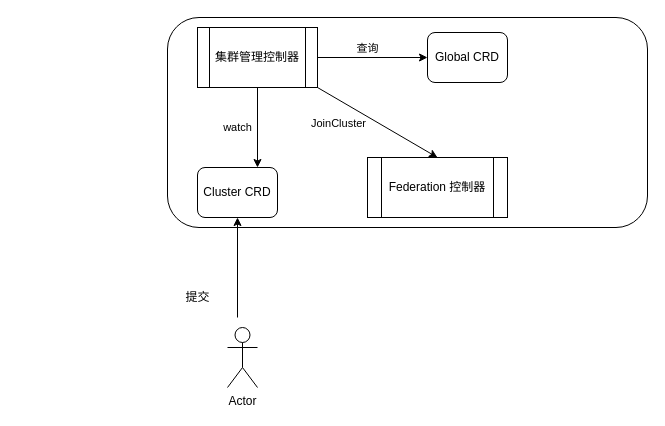
Before: page "Page-2" (2 of 3) of cloud-edge-softarch.drawio in ssider/system_designs, a draw.io diagram. Source tidied: cells renumbered, new cells numbered last; positions are measured from the earlier drawing's top-left corner, leaving out a move shared by most shapes. Both pictures are drawn from the tidied source at 100%, with x=0, y=0 at pixel (167, 17).
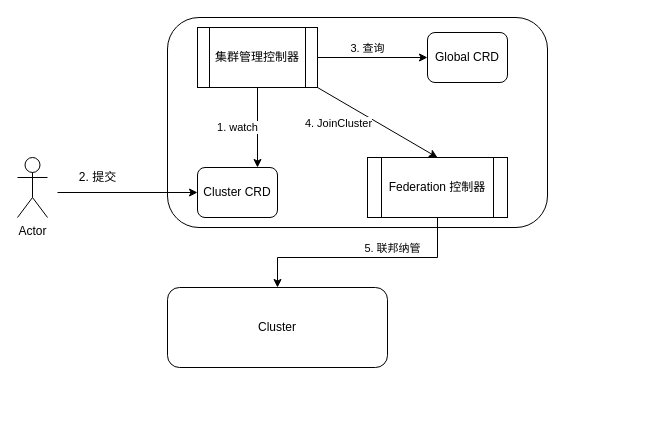
After the change.

Unchanged cells that the change refers to:
```xml
<mxCell id="3" value="集群管理控制器" style="shape=process;whiteSpace=wrap;html=1;backgroundOutline=1;" parent="1" vertex="1">
  <mxGeometry x="30" y="10" width="120" height="60" as="geometry" />
</mxCell>
<mxCell id="6" value="Cluster CRD" style="rounded=1;whiteSpace=wrap;html=1;" parent="1" vertex="1">
  <mxGeometry x="30" y="150" width="80" height="50" as="geometry" />
</mxCell>
<mxCell id="10" style="endArrow=classic;html=1;entryX=0;entryY=0.5;entryDx=0;entryDy=0;exitX=1;exitY=0.5;exitDx=0;exitDy=0;" parent="1" edge="1" source="3" target="9">
  <mxGeometry relative="1" as="geometry" />
</mxCell>
<mxCell id="12" value="Federation 控制器" style="shape=process;whiteSpace=wrap;html=1;backgroundOutline=1;" parent="1" vertex="1">
  <mxGeometry x="200" y="140" width="140" height="60" as="geometry" />
</mxCell>
<mxCell id="13" value="&lt;span style=&quot;color: rgba(0 , 0 , 0 , 0) ; font-family: monospace ; font-size: 0px ; background-color: rgb(248 , 249 , 250)&quot;&gt;jiis&lt;/span&gt;" style="endArrow=classic;html=1;exitX=1;exitY=1;exitDx=0;exitDy=0;entryX=0.5;entryY=0;entryDx=0;entryDy=0;" parent="1" edge="1" source="3" target="12">
  <mxGeometry x="-0.21" y="-14" relative="1" as="geometry" />
</mxCell>
```

What changed in the source:
```diff
@@
     <mxCell id="2" style="rounded=1;whiteSpace=wrap;html=1;" parent="1" vertex="1">
-      <mxGeometry width="480" height="210" as="geometry" />
+      <mxGeometry width="380" height="210" as="geometry" />
     </mxCell>
@@
     <mxCell id="4" value="Actor" style="shape=umlActor;verticalLabelPosition=bottom;verticalAlign=top;html=1;" parent="1" vertex="1">
-      <mxGeometry x="60" y="310" width="30" height="60" as="geometry" />
+      <mxGeometry x="-150" y="140" width="30" height="60" as="geometry" />
     </mxCell>
-    <mxCell id="5" style="endArrow=classic;html=1;" parent="1" edge="1">
+    <mxCell id="5" style="endArrow=classic;html=1;entryX=0;entryY=0.5;entryDx=0;entryDy=0;" parent="1" edge="1" target="6">
       <mxGeometry relative="1" as="geometry">
-        <mxPoint x="70" y="300" as="sourcePoint" />
-        <mxPoint x="70" y="200" as="targetPoint" />
+        <mxPoint x="-110" y="175" as="sourcePoint" />
       </mxGeometry>
     </mxCell>
@@
-    <mxCell id="7" value="watch" style="endArrow=classic;html=1;exitX=0.5;exitY=1;exitDx=0;exitDy=0;entryX=0.75;entryY=0;entryDx=0;entryDy=0;" parent="1" edge="1" source="3" target="6">
+    <mxCell id="7" value="1. watch" style="endArrow=classic;html=1;exitX=0.5;exitY=1;exitDx=0;exitDy=0;entryX=0.75;entryY=0;entryDx=0;entryDy=0;" parent="1" edge="1" source="3" target="6">
       <mxGeometry y="-20" relative="1" as="geometry" />
     </mxCell>
-    <mxCell id="8" value="提交" style="text;html=1;align=center;verticalAlign=middle;fillColor=none;strokeColor=none;rounded=0;" parent="1" vertex="1">
-      <mxGeometry x="10" y="270" width="40" height="20" as="geometry" />
+    <mxCell id="8" value="2. 提交" style="text;html=1;align=center;verticalAlign=middle;fillColor=none;strokeColor=none;rounded=0;" parent="1" vertex="1">
+      <mxGeometry x="-95" y="150" width="50" height="20" as="geometry" />
     </mxCell>
@@
-    <mxCell id="11" value="查询" style="edgeLabel;html=1;align=center;verticalAlign=middle;" parent="10" vertex="1">
+    <mxCell id="11" value="3. 查询" style="edgeLabel;html=1;align=center;verticalAlign=middle;" parent="10" vertex="1">
       <mxGeometry x="-0.01" relative="1" as="geometry">
         <mxPoint x="-4.8" y="-10" as="offset" />
       </mxGeometry>
     </mxCell>
+    <mxCell id="15" style="edgeStyle=orthogonalEdgeStyle;rounded=0;jettySize=auto;html=1;entryX=0.5;entryY=0;entryDx=0;entryDy=0;" parent="1" edge="1" source="12" target="17">
+      <mxGeometry relative="1" as="geometry">
+        <Array as="points">
+          <mxPoint x="270" y="240" />
+          <mxPoint x="110" y="240" />
+        </Array>
+      </mxGeometry>
+    </mxCell>
+    <mxCell id="16" value="5. 联邦纳管" style="edgeLabel;html=1;align=center;verticalAlign=middle;" parent="15" vertex="1">
+      <mxGeometry x="-0.25" relative="1" as="geometry">
+        <mxPoint x="0.5" y="-10" as="offset" />
+      </mxGeometry>
+    </mxCell>
@@
-    <mxCell id="14" value="JoinCluster" style="edgeLabel;html=1;align=center;verticalAlign=middle;" parent="13" vertex="1">
+    <mxCell id="14" value="4. JoinCluster" style="edgeLabel;html=1;align=center;verticalAlign=middle;" parent="13" vertex="1">
       <mxGeometry x="-0.27" y="3" relative="1" as="geometry">
         <mxPoint x="-25" y="12.2" as="offset" />
       </mxGeometry>
     </mxCell>
+    <mxCell id="17" value="Cluster" style="rounded=1;whiteSpace=wrap;html=1;" parent="1" vertex="1">
+      <mxGeometry y="270" width="220" height="80" as="geometry" />
+    </mxCell>
```
